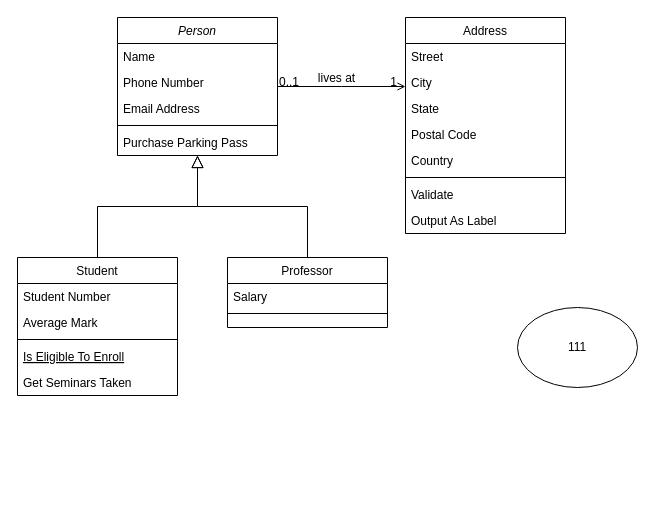
This is static/Untitled Diagram.drawio from wumengkang/vueblog-frontend, a draw.io file, before an edit. Source tidied: cells renumbered, new cells numbered last; positions are measured from the earlier drawing's top-left corner, leaving out a move shared by most shapes. Both pictures are drawn from the tidied source at 100%, with x=0, y=0 at pixel (17, 17).
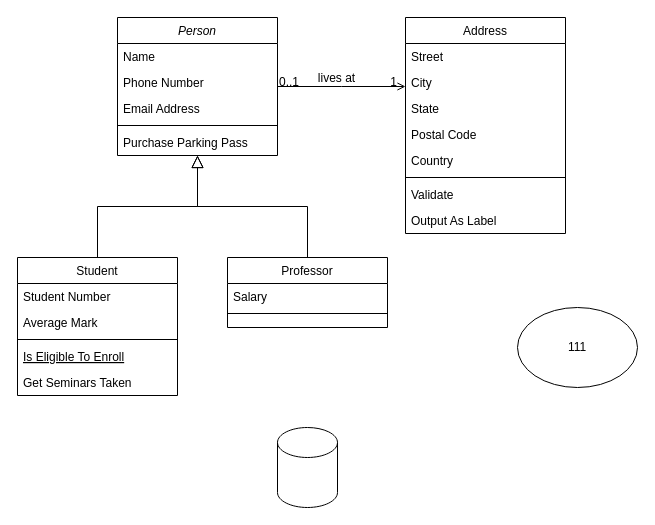
The same diagram, later.

Change to the diagram source:
```diff
@@
+    <mxCell id="33" style="shape=cylinder3;whiteSpace=wrap;html=1;boundedLbl=1;backgroundOutline=1;size=15;" parent="1" vertex="1">
+      <mxGeometry x="260" y="410" width="60" height="80" as="geometry" />
+    </mxCell>
```
